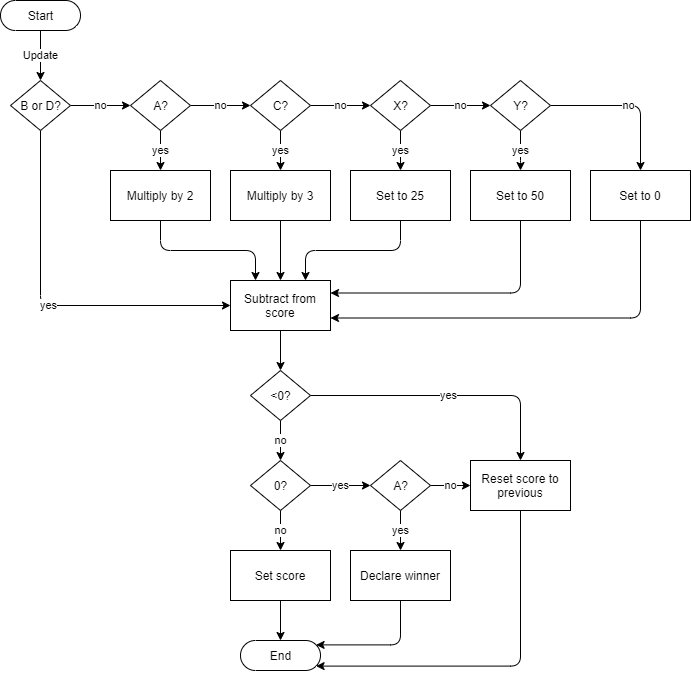
Before: scoring/documentation/501_Game_Logic.png, a diagram exported from draw.io (kparlak/dart-scoring-system). Source tidied: cells renumbered, new cells last; positions are measured from the earlier drawing's top-left corner, leaving out a move shared by most shapes.
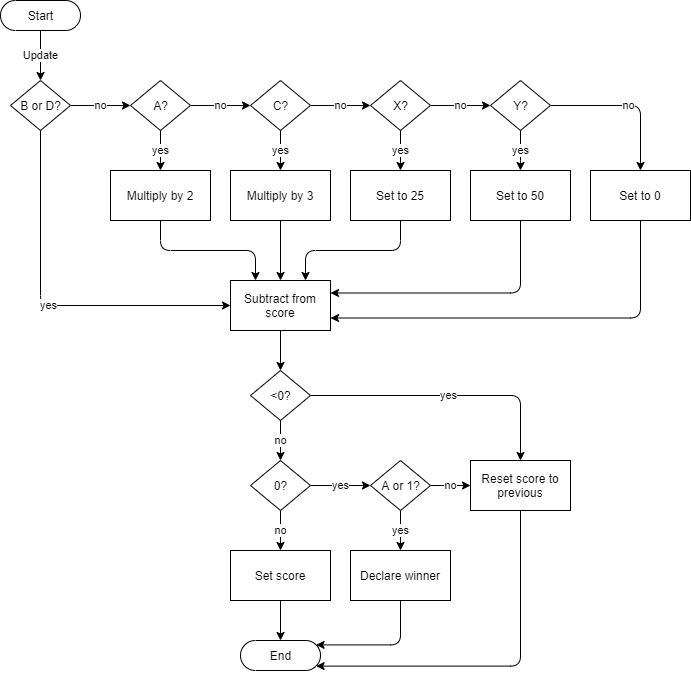
Above is the later version.

What changed in the source:
```diff
@@ -91,7 +91,7 @@
     <mxCell id="25" value="no" style="edgeStyle=orthogonalEdgeStyle;rounded=1;jettySize=auto;html=1;exitX=1;exitY=0.5;exitDx=0;exitDy=0;entryX=0;entryY=0.5;entryDx=0;entryDy=0;" parent="1" edge="1" source="26" target="39">
       <mxGeometry relative="1" as="geometry" />
     </mxCell>
-    <mxCell id="26" value="A?" style="shape=rhombus;html=1;dashed=0;whitespace=wrap;perimeter=rhombusPerimeter;" parent="1" vertex="1">
+    <mxCell id="26" value="A or 1?" style="shape=rhombus;html=1;dashed=0;whitespace=wrap;perimeter=rhombusPerimeter;" parent="1" vertex="1">
       <mxGeometry x="370" y="460" width="60" height="50" as="geometry" />
     </mxCell>
     <mxCell id="27" style="edgeStyle=orthogonalEdgeStyle;rounded=1;jettySize=auto;html=1;exitX=0.5;exitY=1;exitDx=0;exitDy=0;entryX=0.5;entryY=0;entryDx=0;entryDy=0;" parent="1" edge="1" source="28" target="42">
```
